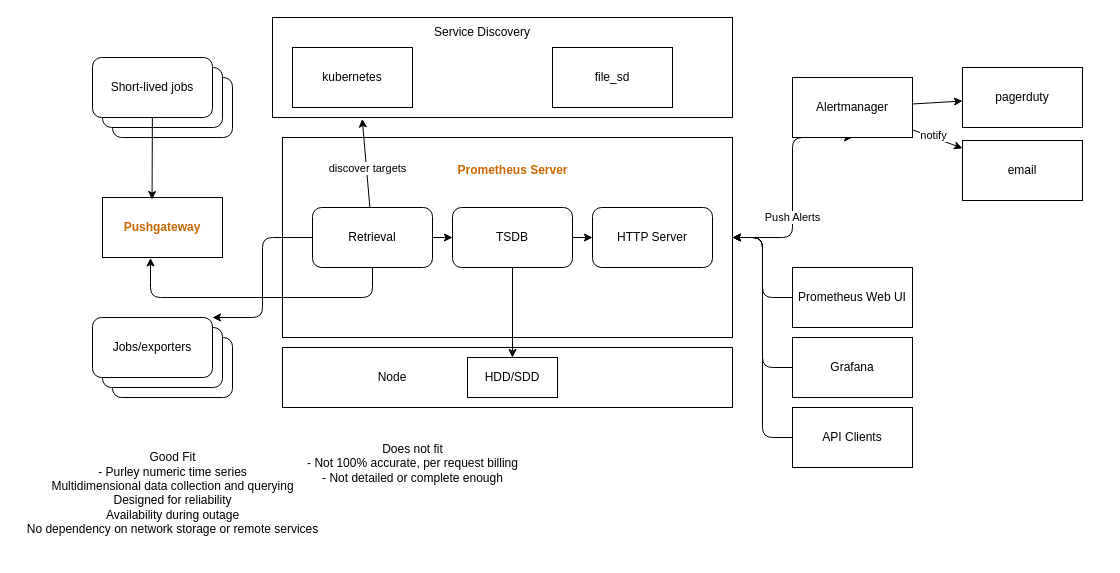
The draw.io diagram Prometheus/Architecture.drawio in vijayvepa/ObservabilityExamples, before the edit. Source tidied: cells renumbered, new cells numbered last; positions are measured from the earlier drawing's top-left corner, leaving out a move shared by most shapes. Both pictures are drawn from the tidied source at 100%, with x=0, y=0 at pixel (17, 17).
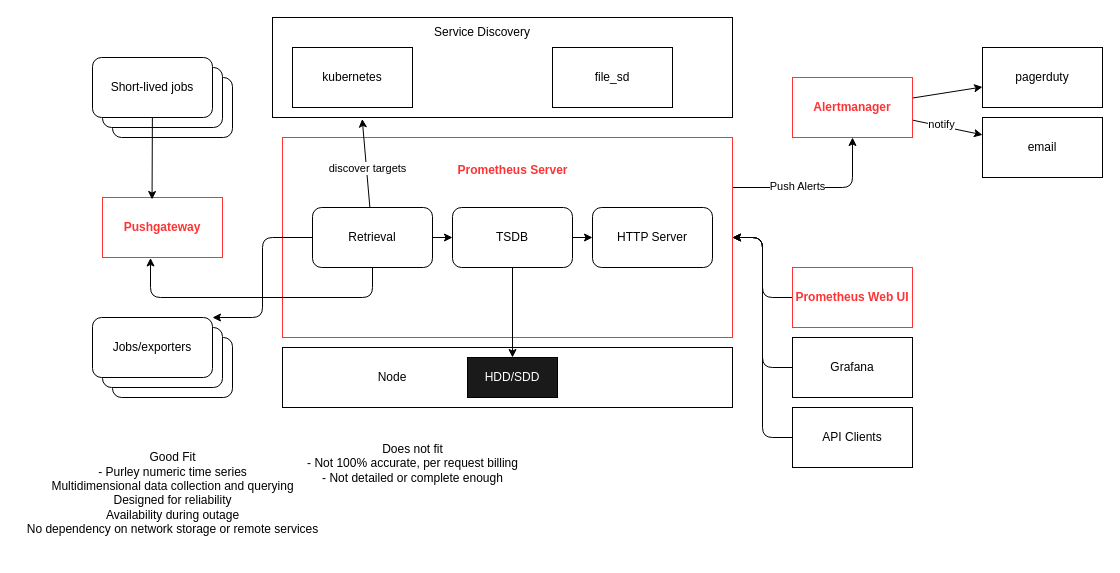
The same diagram, later.

The edit, as a diff of the source:
```diff
@@
     <mxCell id="4" style="edgeStyle=elbowEdgeStyle;html=1;entryX=0.5;entryY=1;entryDx=0;entryDy=0;elbow=vertical;" parent="1" edge="1" source="6" target="29">
-      <mxGeometry relative="1" as="geometry" />
+      <mxGeometry relative="1" as="geometry">
+        <Array as="points">
+          <mxPoint x="835" y="170" />
+        </Array>
+      </mxGeometry>
     </mxCell>
@@
-    <mxCell id="6" style="rounded=0;whiteSpace=wrap;html=1;" parent="1" vertex="1">
+    <mxCell id="6" style="rounded=0;whiteSpace=wrap;html=1;strokeColor=#FF3333;" parent="1" vertex="1">
       <mxGeometry x="265" y="120" width="450" height="200" as="geometry" />
     </mxCell>
@@
-    <mxCell id="10" value="&lt;font style=&quot;color: rgb(204, 102, 0);&quot;&gt;&lt;b style=&quot;&quot;&gt;Pushgateway&lt;/b&gt;&lt;/font&gt;" style="rounded=0;whiteSpace=wrap;html=1;fontColor=#CC6600;" parent="1" vertex="1">
+    <mxCell id="10" value="Pushgateway" style="rounded=0;whiteSpace=wrap;fontColor=#FF3333;labelBackgroundColor=none;html=1;fontStyle=1;strokeColor=#FF3333;" parent="1" vertex="1">
       <mxGeometry x="85" y="180" width="120" height="60" as="geometry" />
     </mxCell>
@@
-    <mxCell id="20" value="Prometheus Server" style="text;html=1;align=center;verticalAlign=middle;strokeColor=none;fillColor=none;fontColor=#CC6600;fontStyle=1;" parent="1" vertex="1">
+    <mxCell id="20" value="Prometheus Server" style="text;html=1;align=center;verticalAlign=middle;strokeColor=none;fillColor=none;fontColor=#FF3333;fontStyle=1;" parent="1" vertex="1">
       <mxGeometry x="430" y="138" width="130" height="30" as="geometry" />
     </mxCell>
-    <mxCell id="21" value="HDD/SDD" style="rounded=0;whiteSpace=wrap;html=1;" parent="1" vertex="1">
+    <mxCell id="21" value="HDD/SDD" style="rounded=0;whiteSpace=wrap;html=1;fontColor=#FFFFFF;labelBackgroundColor=#1A1A1A;fillColor=#1A1A1A;" parent="1" vertex="1">
       <mxGeometry x="450" y="340" width="90" height="40" as="geometry" />
     </mxCell>
@@
-    <mxCell id="29" value="Alertmanager" style="rounded=0;whiteSpace=wrap;html=1;" parent="1" vertex="1">
+    <mxCell id="29" value="Alertmanager" style="rounded=0;whiteSpace=wrap;html=1;fontColor=#FF3333;fontStyle=1;strokeColor=#FF3333;" parent="1" vertex="1">
       <mxGeometry x="775" y="60" width="120" height="60" as="geometry" />
     </mxCell>
@@
-    <mxCell id="31" value="Prometheus Web UI" style="rounded=0;whiteSpace=wrap;html=1;" parent="1" vertex="1">
+    <mxCell id="31" value="Prometheus Web UI" style="rounded=0;whiteSpace=wrap;html=1;strokeColor=#FF3333;fontColor=#FF3333;fontStyle=1;" parent="1" vertex="1">
       <mxGeometry x="775" y="250" width="120" height="60" as="geometry" />
     </mxCell>
@@
     <mxCell id="36" value="pagerduty" style="rounded=0;whiteSpace=wrap;html=1;" parent="1" vertex="1">
-      <mxGeometry x="945" y="50" width="120" height="60" as="geometry" />
+      <mxGeometry x="965" y="30" width="120" height="60" as="geometry" />
     </mxCell>
     <mxCell id="37" value="email" style="rounded=0;whiteSpace=wrap;html=1;" parent="1" vertex="1">
-      <mxGeometry x="945" y="123" width="120" height="60" as="geometry" />
+      <mxGeometry x="965" y="100" width="120" height="60" as="geometry" />
     </mxCell>
```
